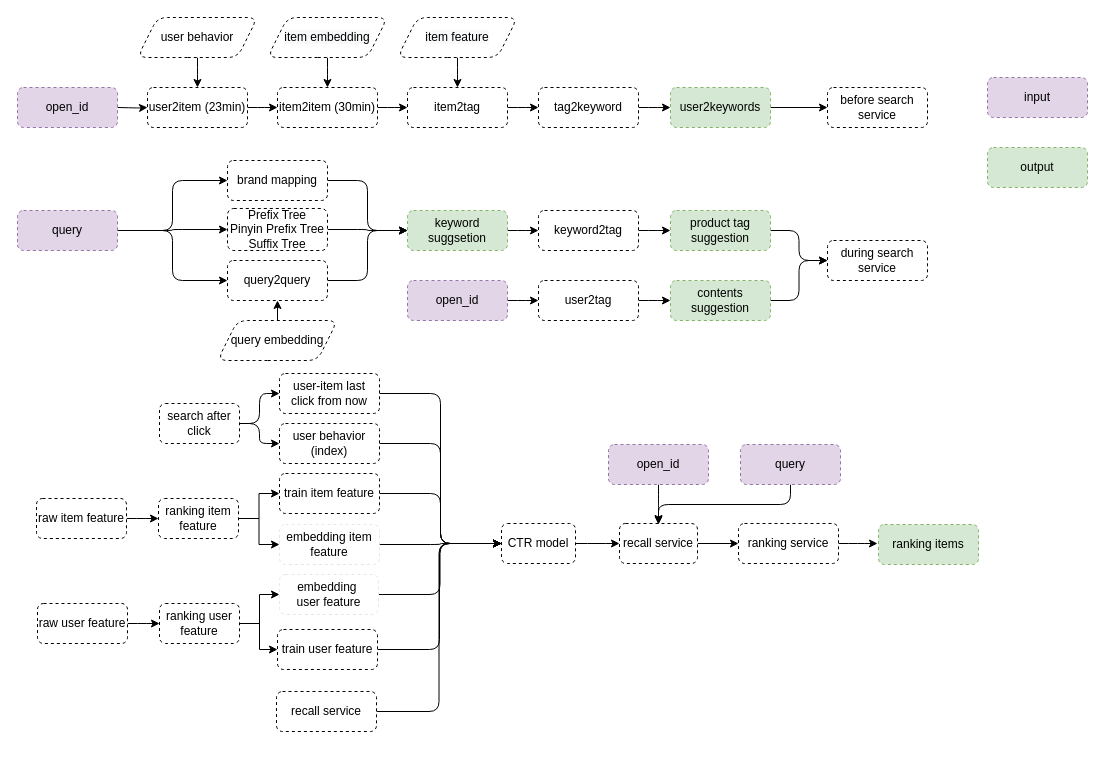
Before: page "Page-1" (1 of 2) of process_diagram.drawio in LunaXiong/Sokoban1.1, a draw.io diagram. Source tidied: cells renumbered, new cells numbered last; positions are measured from the earlier drawing's top-left corner, leaving out a move shared by most shapes. Both pictures are drawn from the tidied source at 100%, with x=0, y=0 at pixel (17, 17).
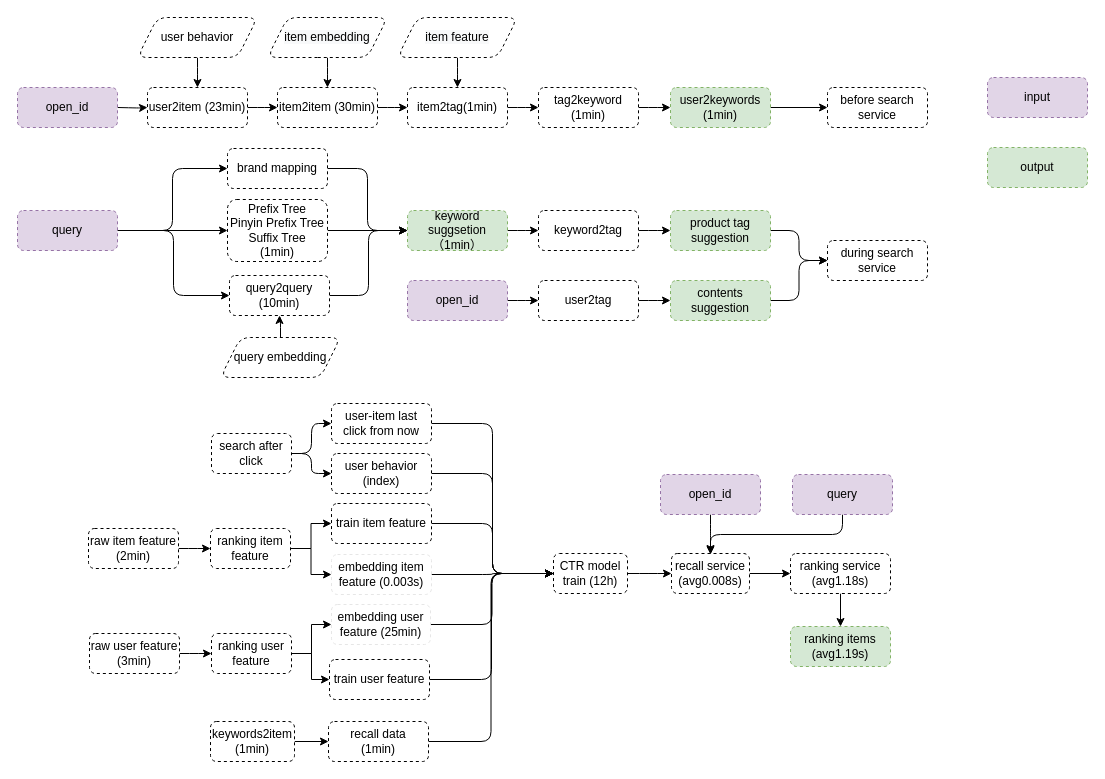
The same page after the edit.

What changed in the source:
```diff
@@
-    <mxCell id="4" style="edgeStyle=orthogonalEdgeStyle;jettySize=auto;html=1;" parent="1" edge="1" source="5">
-      <mxGeometry relative="1" as="geometry">
-        <mxPoint x="860" y="526" as="targetPoint" />
-      </mxGeometry>
-    </mxCell>
+    <mxCell id="86" style="edgeStyle=orthogonalEdgeStyle;rounded=0;jettySize=auto;html=1;strokeColor=#000000;fontSize=30;" parent="1" edge="1" source="5" target="77">
+      <mxGeometry relative="1" as="geometry" />
+    </mxCell>
-    <mxCell id="5" value="ranking service" style="whiteSpace=wrap;html=1;dashed=1;rounded=1;" parent="1" vertex="1">
-      <mxGeometry x="721" y="506" width="100" height="40" as="geometry" />
+    <mxCell id="5" value="ranking service&lt;br&gt;(avg1.18s)" style="whiteSpace=wrap;html=1;dashed=1;rounded=1;" parent="1" vertex="1">
+      <mxGeometry x="773" y="536" width="100" height="40" as="geometry" />
     </mxCell>
@@
-    <mxCell id="7" value="user2keywords" style="whiteSpace=wrap;html=1;dashed=1;fillColor=#d5e8d4;strokeColor=#82b366;rounded=1;" parent="1" vertex="1">
+    <mxCell id="7" value="user2keywords&lt;br&gt;(1min)" style="whiteSpace=wrap;html=1;dashed=1;fillColor=#d5e8d4;strokeColor=#82b366;rounded=1;" parent="1" vertex="1">
       <mxGeometry x="653" y="70" width="100" height="40" as="geometry" />
     </mxCell>
@@
-    <mxCell id="14" value="recall service" style="whiteSpace=wrap;html=1;dashed=1;rounded=1;" parent="1" vertex="1">
-      <mxGeometry x="259" y="674" width="100" height="40" as="geometry" />
+    <mxCell id="14" value="recall data&lt;br&gt;(1min)" style="whiteSpace=wrap;html=1;dashed=1;rounded=1;" parent="1" vertex="1">
+      <mxGeometry x="311" y="704" width="100" height="40" as="geometry" />
     </mxCell>
@@
-    <mxCell id="20" value="item2tag" style="whiteSpace=wrap;html=1;dashed=1;rounded=1;" parent="1" vertex="1">
+    <mxCell id="20" value="item2tag(1min)" style="whiteSpace=wrap;html=1;dashed=1;rounded=1;" parent="1" vertex="1">
       <mxGeometry x="390" y="70" width="100" height="40" as="geometry" />
     </mxCell>
@@
-    <mxCell id="26" value="tag2keyword" style="whiteSpace=wrap;html=1;dashed=1;rounded=1;" parent="1" vertex="1">
+    <mxCell id="26" value="tag2keyword&lt;br&gt;(1min)" style="whiteSpace=wrap;html=1;dashed=1;rounded=1;" parent="1" vertex="1">
       <mxGeometry x="521" y="70" width="100" height="40" as="geometry" />
     </mxCell>
@@
-    <mxCell id="38" value="keyword suggsetion" style="whiteSpace=wrap;html=1;dashed=1;fillColor=#d5e8d4;strokeColor=#82b366;rounded=1;" parent="1" vertex="1">
+    <mxCell id="38" value="keyword suggsetion&lt;br&gt;（1min）" style="whiteSpace=wrap;html=1;dashed=1;fillColor=#d5e8d4;strokeColor=#82b366;rounded=1;" parent="1" vertex="1">
       <mxGeometry x="390" y="193" width="100" height="40" as="geometry" />
     </mxCell>
     <mxCell id="39" style="edgeStyle=orthogonalEdgeStyle;jettySize=auto;html=1;" parent="1" edge="1" source="40">
       <mxGeometry relative="1" as="geometry">
-        <mxPoint x="602" y="526" as="targetPoint" />
+        <mxPoint x="654" y="556" as="targetPoint" />
       </mxGeometry>
     </mxCell>
-    <mxCell id="40" value="CTR model" style="whiteSpace=wrap;html=1;dashed=1;rounded=1;" parent="1" vertex="1">
-      <mxGeometry x="484" y="506" width="74" height="40" as="geometry" />
+    <mxCell id="40" value="CTR model&lt;br&gt;train (12h)" style="whiteSpace=wrap;html=1;dashed=1;rounded=1;" parent="1" vertex="1">
+      <mxGeometry x="536" y="536" width="74" height="40" as="geometry" />
     </mxCell>
@@
     <mxCell id="42" value="train user feature" style="whiteSpace=wrap;html=1;dashed=1;rounded=1;" parent="1" vertex="1">
-      <mxGeometry x="260" y="612" width="100" height="40" as="geometry" />
+      <mxGeometry x="312" y="642" width="100" height="40" as="geometry" />
     </mxCell>
@@
     <mxCell id="44" value="train item feature" style="whiteSpace=wrap;html=1;dashed=1;rounded=1;" parent="1" vertex="1">
-      <mxGeometry x="262" y="456" width="100" height="40" as="geometry" />
+      <mxGeometry x="314" y="486" width="100" height="40" as="geometry" />
     </mxCell>
@@
     <mxCell id="46" value="user behavior&lt;br&gt;(index)" style="whiteSpace=wrap;html=1;dashed=1;rounded=1;" parent="1" vertex="1">
-      <mxGeometry x="262" y="406" width="100" height="40" as="geometry" />
+      <mxGeometry x="314" y="436" width="100" height="40" as="geometry" />
     </mxCell>
@@
     <mxCell id="48" value="user-item last click from now" style="whiteSpace=wrap;html=1;dashed=1;rounded=1;" parent="1" vertex="1">
-      <mxGeometry x="262" y="356" width="100" height="40" as="geometry" />
+      <mxGeometry x="314" y="386" width="100" height="40" as="geometry" />
     </mxCell>
@@
-    <mxCell id="54" value="raw user feature" style="whiteSpace=wrap;html=1;dashed=1;rounded=1;" parent="1" vertex="1">
-      <mxGeometry x="20" y="586" width="90" height="40" as="geometry" />
+    <mxCell id="54" value="raw user feature&lt;br&gt;(3min)" style="whiteSpace=wrap;html=1;dashed=1;rounded=1;" parent="1" vertex="1">
+      <mxGeometry x="72" y="616" width="90" height="40" as="geometry" />
     </mxCell>
@@
-    <mxCell id="56" value="raw item feature" style="whiteSpace=wrap;html=1;dashed=1;rounded=1;" parent="1" vertex="1">
-      <mxGeometry x="19" y="481" width="90" height="40" as="geometry" />
+    <mxCell id="56" value="raw item feature&lt;br&gt;(2min)" style="whiteSpace=wrap;html=1;dashed=1;rounded=1;" parent="1" vertex="1">
+      <mxGeometry x="71" y="511" width="90" height="40" as="geometry" />
     </mxCell>
@@
     <mxCell id="59" value="ranking user feature" style="whiteSpace=wrap;html=1;dashed=1;rounded=1;" parent="1" vertex="1">
-      <mxGeometry x="142" y="586" width="80" height="40" as="geometry" />
+      <mxGeometry x="194" y="616" width="80" height="40" as="geometry" />
     </mxCell>
@@
     <mxCell id="62" value="ranking item feature" style="whiteSpace=wrap;html=1;dashed=1;rounded=1;" parent="1" vertex="1">
-      <mxGeometry x="141" y="481" width="80" height="40" as="geometry" />
+      <mxGeometry x="193" y="511" width="80" height="40" as="geometry" />
     </mxCell>
@@
     <mxCell id="65" value="search after click" style="whiteSpace=wrap;html=1;dashed=1;rounded=1;" parent="1" vertex="1">
-      <mxGeometry x="142" y="386" width="80" height="40" as="geometry" />
+      <mxGeometry x="194" y="416" width="80" height="40" as="geometry" />
     </mxCell>
@@
-    <mxCell id="67" value="query2query" style="whiteSpace=wrap;html=1;dashed=1;rounded=1;" parent="1" vertex="1">
-      <mxGeometry x="210" y="243" width="100" height="40" as="geometry" />
+    <mxCell id="67" value="query2query&lt;br&gt;(10min)" style="whiteSpace=wrap;html=1;dashed=1;rounded=1;" parent="1" vertex="1">
+      <mxGeometry x="212" y="258" width="100" height="40" as="geometry" />
     </mxCell>
@@
     <mxCell id="69" value="&lt;font face=&quot;helvetica&quot;&gt;query embedding&lt;/font&gt;" style="shape=parallelogram;perimeter=parallelogramPerimeter;whiteSpace=wrap;html=1;fixedSize=1;dashed=1;rounded=1;" parent="1" vertex="1">
-      <mxGeometry x="200" y="303" width="120" height="40" as="geometry" />
+      <mxGeometry x="203" y="320" width="120" height="40" as="geometry" />
     </mxCell>
@@
-    <mxCell id="71" value="Prefix Tree&lt;br&gt;Pinyin Prefix Tree&lt;br&gt;Suffix Tree" style="whiteSpace=wrap;html=1;dashed=1;rounded=1;" parent="1" vertex="1">
-      <mxGeometry x="210" y="191" width="100" height="42" as="geometry" />
+    <mxCell id="71" value="Prefix Tree&lt;br&gt;Pinyin Prefix Tree&lt;br&gt;Suffix Tree&lt;br&gt;(1min)" style="whiteSpace=wrap;html=1;dashed=1;rounded=1;" parent="1" vertex="1">
+      <mxGeometry x="210" y="182" width="100" height="62" as="geometry" />
     </mxCell>
@@
     <mxCell id="73" value="brand mapping" style="whiteSpace=wrap;html=1;dashed=1;rounded=1;" parent="1" vertex="1">
-      <mxGeometry x="210" y="143" width="100" height="40" as="geometry" />
+      <mxGeometry x="210" y="131" width="100" height="40" as="geometry" />
     </mxCell>
@@
-    <mxCell id="76" value="recall service" style="whiteSpace=wrap;html=1;dashed=1;rounded=1;" parent="1" vertex="1">
-      <mxGeometry x="602" y="506" width="78" height="40" as="geometry" />
+    <mxCell id="76" value="recall service&lt;br&gt;(avg0.008s)" style="whiteSpace=wrap;html=1;dashed=1;rounded=1;" parent="1" vertex="1">
+      <mxGeometry x="654" y="536" width="78" height="40" as="geometry" />
     </mxCell>
-    <mxCell id="77" value="ranking items" style="whiteSpace=wrap;html=1;dashed=1;fillColor=#d5e8d4;strokeColor=#82b366;rounded=1;" parent="1" vertex="1">
-      <mxGeometry x="861" y="507" width="100" height="40" as="geometry" />
+    <mxCell id="77" value="ranking items&lt;br&gt;(avg1.19s)" style="whiteSpace=wrap;html=1;dashed=1;fillColor=#d5e8d4;strokeColor=#82b366;rounded=1;" parent="1" vertex="1">
+      <mxGeometry x="773" y="609" width="100" height="40" as="geometry" />
     </mxCell>
@@
     <mxCell id="79" value="open_id" style="whiteSpace=wrap;html=1;dashed=1;fillColor=#e1d5e7;strokeColor=#9673a6;rounded=1;" parent="1" vertex="1">
-      <mxGeometry x="591" y="427" width="100" height="40" as="geometry" />
+      <mxGeometry x="643" y="457" width="100" height="40" as="geometry" />
     </mxCell>
     <mxCell id="80" style="edgeStyle=orthogonalEdgeStyle;jettySize=auto;html=1;entryX=0.5;entryY=0;entryDx=0;entryDy=0;" parent="1" edge="1" source="81">
       <mxGeometry relative="1" as="geometry">
-        <mxPoint x="641" y="507" as="targetPoint" />
+        <mxPoint x="693" y="537" as="targetPoint" />
         <Array as="points">
-          <mxPoint x="773" y="487" />
-          <mxPoint x="641" y="487" />
+          <mxPoint x="825" y="517" />
+          <mxPoint x="693" y="517" />
         </Array>
       </mxGeometry>
     </mxCell>
     <mxCell id="81" value="query" style="whiteSpace=wrap;html=1;dashed=1;fillColor=#e1d5e7;strokeColor=#9673a6;rounded=1;" parent="1" vertex="1">
-      <mxGeometry x="723" y="427" width="100" height="40" as="geometry" />
+      <mxGeometry x="775" y="457" width="100" height="40" as="geometry" />
     </mxCell>
@@
-    <mxCell id="83" value="embedding&amp;nbsp;&lt;br&gt;user feature" style="whiteSpace=wrap;html=1;dashed=1;rounded=1;strokeColor=#E6E6E6;" parent="1" vertex="1">
-      <mxGeometry x="262" y="557" width="99" height="40" as="geometry" />
+    <mxCell id="83" value="embedding&amp;nbsp;user feature (25min)" style="whiteSpace=wrap;html=1;dashed=1;rounded=1;strokeColor=#E6E6E6;" parent="1" vertex="1">
+      <mxGeometry x="314" y="587" width="99" height="40" as="geometry" />
     </mxCell>
@@
-    <mxCell id="85" value="embedding item feature" style="whiteSpace=wrap;html=1;dashed=1;rounded=1;strokeColor=#E6E6E6;" parent="1" vertex="1">
-      <mxGeometry x="262" y="507" width="100" height="40" as="geometry" />
+    <mxCell id="85" value="embedding item feature (0.003s)" style="whiteSpace=wrap;html=1;dashed=1;rounded=1;strokeColor=#E6E6E6;" parent="1" vertex="1">
+      <mxGeometry x="314" y="537" width="100" height="40" as="geometry" />
     </mxCell>
+    <mxCell id="87" style="edgeStyle=orthogonalEdgeStyle;rounded=0;jettySize=auto;html=1;entryX=0;entryY=0.5;entryDx=0;entryDy=0;strokeColor=#000000;fontSize=30;" parent="1" edge="1" source="88" target="14">
+      <mxGeometry relative="1" as="geometry" />
+    </mxCell>
+    <mxCell id="88" value="keywords2item&lt;br&gt;(1min)" style="whiteSpace=wrap;html=1;dashed=1;rounded=1;" parent="1" vertex="1">
+      <mxGeometry x="193" y="704" width="84" height="40" as="geometry" />
+    </mxCell>
```
